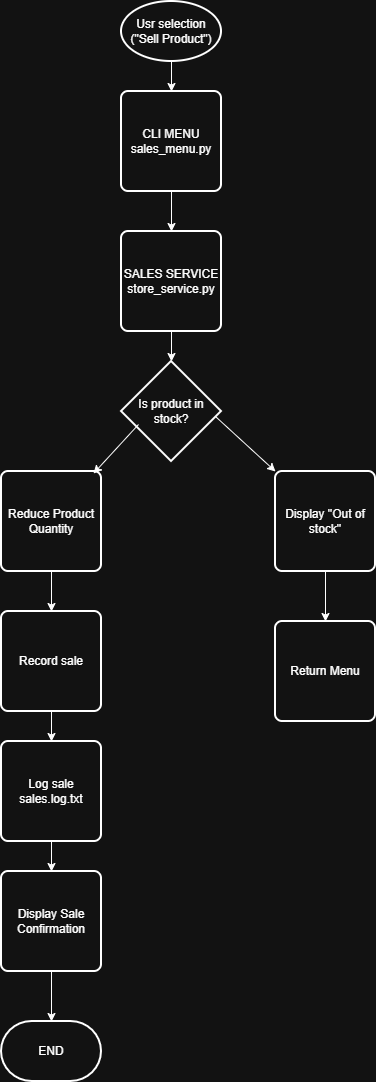
LesediLebotsa/Store-management-system- keeps this draw.io diagram as docs/Program_flow.png. Above is the earlier version. Source tidied: cells renumbered, new cells last; positions are measured from the earlier drawing's top-left corner, leaving out a move shared by most shapes. Its diagram source:
```xml
<mxGraphModel>
  <root>
    <mxCell id="0" />
    <mxCell id="1" parent="0" />
    <mxCell id="2" style="edgeStyle=orthogonalEdgeStyle;rounded=0;jettySize=auto;html=1;" parent="1" edge="1" source="3" target="5">
      <mxGeometry relative="1" as="geometry" />
    </mxCell>
    <mxCell id="3" value="Usr selection&lt;div&gt;(&quot;Sell Product&quot;)&lt;/div&gt;" style="strokeWidth=2;html=1;shape=mxgraph.flowchart.start_1;whiteSpace=wrap;" parent="1" vertex="1">
      <mxGeometry x="120" width="100" height="60" as="geometry" />
    </mxCell>
    <mxCell id="4" style="edgeStyle=orthogonalEdgeStyle;rounded=0;jettySize=auto;html=1;" parent="1" edge="1" source="5" target="7">
      <mxGeometry relative="1" as="geometry" />
    </mxCell>
    <mxCell id="5" value="CLI MENU&lt;div&gt;sales_menu.py&lt;/div&gt;" style="rounded=1;whiteSpace=wrap;html=1;absoluteArcSize=1;arcSize=14;strokeWidth=2;" parent="1" vertex="1">
      <mxGeometry x="120" y="90" width="100" height="100" as="geometry" />
    </mxCell>
    <mxCell id="6" style="edgeStyle=orthogonalEdgeStyle;rounded=0;jettySize=auto;html=1;" parent="1" edge="1" source="7" target="8">
      <mxGeometry relative="1" as="geometry" />
    </mxCell>
    <mxCell id="7" value="SALES SERVICE&lt;div&gt;store_service.py&lt;/div&gt;" style="rounded=1;whiteSpace=wrap;html=1;absoluteArcSize=1;arcSize=14;strokeWidth=2;" parent="1" vertex="1">
      <mxGeometry x="120" y="230" width="100" height="100" as="geometry" />
    </mxCell>
    <mxCell id="8" value="Is product in stock?" style="strokeWidth=2;html=1;shape=mxgraph.flowchart.decision;whiteSpace=wrap;" parent="1" vertex="1">
      <mxGeometry x="120" y="360" width="100" height="100" as="geometry" />
    </mxCell>
    <mxCell id="9" style="edgeStyle=orthogonalEdgeStyle;rounded=0;jettySize=auto;html=1;" parent="1" edge="1" source="10" target="20">
      <mxGeometry relative="1" as="geometry" />
    </mxCell>
    <mxCell id="10" value="Display &quot;Out of stock&quot;" style="rounded=1;whiteSpace=wrap;html=1;absoluteArcSize=1;arcSize=14;strokeWidth=2;" parent="1" vertex="1">
      <mxGeometry x="274" y="470" width="100" height="100" as="geometry" />
    </mxCell>
    <mxCell id="11" style="edgeStyle=orthogonalEdgeStyle;rounded=0;jettySize=auto;html=1;" parent="1" edge="1" source="12" target="14">
      <mxGeometry relative="1" as="geometry" />
    </mxCell>
    <mxCell id="12" value="Reduce Product Quantity" style="rounded=1;whiteSpace=wrap;html=1;absoluteArcSize=1;arcSize=14;strokeWidth=2;" parent="1" vertex="1">
      <mxGeometry y="470" width="100" height="100" as="geometry" />
    </mxCell>
    <mxCell id="13" style="edgeStyle=orthogonalEdgeStyle;rounded=0;jettySize=auto;html=1;" parent="1" edge="1" source="14" target="16">
      <mxGeometry relative="1" as="geometry" />
    </mxCell>
    <mxCell id="14" value="Record sale" style="rounded=1;whiteSpace=wrap;html=1;absoluteArcSize=1;arcSize=14;strokeWidth=2;" parent="1" vertex="1">
      <mxGeometry y="610" width="100" height="100" as="geometry" />
    </mxCell>
    <mxCell id="15" style="edgeStyle=orthogonalEdgeStyle;rounded=0;jettySize=auto;html=1;" parent="1" edge="1" source="16" target="18">
      <mxGeometry relative="1" as="geometry" />
    </mxCell>
    <mxCell id="16" value="Log sale&lt;div&gt;sales.log.txt&lt;/div&gt;" style="rounded=1;whiteSpace=wrap;html=1;absoluteArcSize=1;arcSize=14;strokeWidth=2;" parent="1" vertex="1">
      <mxGeometry y="740" width="100" height="100" as="geometry" />
    </mxCell>
    <mxCell id="17" style="edgeStyle=orthogonalEdgeStyle;rounded=0;jettySize=auto;html=1;" parent="1" edge="1" source="18" target="19">
      <mxGeometry relative="1" as="geometry" />
    </mxCell>
    <mxCell id="18" value="Display Sale Confirmation" style="rounded=1;whiteSpace=wrap;html=1;absoluteArcSize=1;arcSize=14;strokeWidth=2;" parent="1" vertex="1">
      <mxGeometry y="870" width="100" height="100" as="geometry" />
    </mxCell>
    <mxCell id="19" value="END" style="strokeWidth=2;html=1;shape=mxgraph.flowchart.terminator;whiteSpace=wrap;" parent="1" vertex="1">
      <mxGeometry y="1020" width="100" height="60" as="geometry" />
    </mxCell>
    <mxCell id="20" value="Return Menu" style="rounded=1;whiteSpace=wrap;html=1;absoluteArcSize=1;arcSize=14;strokeWidth=2;" parent="1" vertex="1">
      <mxGeometry x="274" y="620" width="100" height="100" as="geometry" />
    </mxCell>
    <mxCell id="21" style="endArrow=classic;html=1;rounded=0;exitX=0.17;exitY=0.63;exitDx=0;exitDy=0;exitPerimeter=0;entryX=0.92;entryY=0.02;entryDx=0;entryDy=0;entryPerimeter=0;" parent="1" edge="1" source="8" target="12">
      <mxGeometry relative="1" as="geometry" />
    </mxCell>
    <mxCell id="22" style="endArrow=classic;html=1;rounded=0;exitX=0.94;exitY=0.55;exitDx=0;exitDy=0;exitPerimeter=0;entryX=0;entryY=0;entryDx=0;entryDy=0;" parent="1" edge="1" source="8" target="10">
      <mxGeometry relative="1" as="geometry" />
    </mxCell>
  </root>
</mxGraphModel>
```
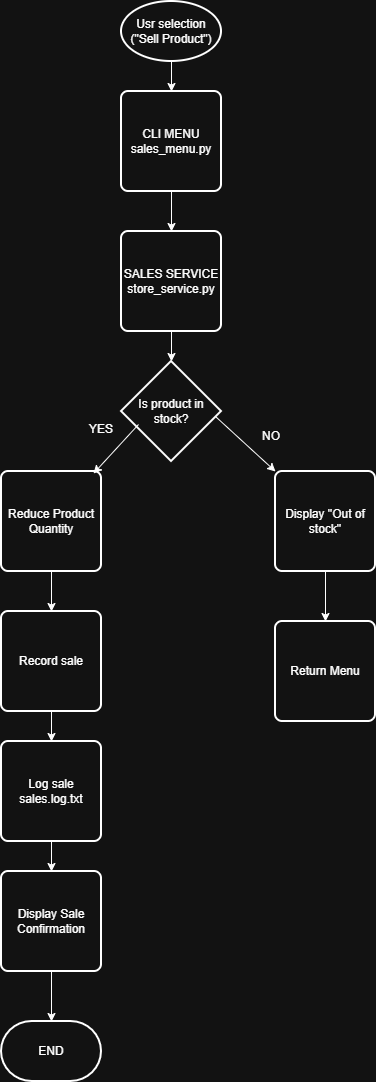
Later version of the same file.

Commit message:
Uploaded program diagrams and README with PNG files

The edit, as a diff of the source:
```diff
@@ -65,5 +65,11 @@
     <mxCell id="22" style="endArrow=classic;html=1;rounded=0;exitX=0.94;exitY=0.55;exitDx=0;exitDy=0;exitPerimeter=0;entryX=0;entryY=0;entryDx=0;entryDy=0;" parent="1" edge="1" source="8" target="10">
       <mxGeometry relative="1" as="geometry" />
     </mxCell>
+    <mxCell id="23" value="YES&lt;div&gt;&lt;br&gt;&lt;/div&gt;" style="text;html=1;whiteSpace=wrap;strokeColor=none;fillColor=none;align=center;verticalAlign=middle;rounded=0;" parent="1" vertex="1">
+      <mxGeometry x="70" y="420" width="60" height="30" as="geometry" />
+    </mxCell>
+    <mxCell id="24" value="NO" style="text;html=1;whiteSpace=wrap;strokeColor=none;fillColor=none;align=center;verticalAlign=middle;rounded=0;" parent="1" vertex="1">
+      <mxGeometry x="240" y="420" width="60" height="30" as="geometry" />
+    </mxCell>
   </root>
 </mxGraphModel>
```
